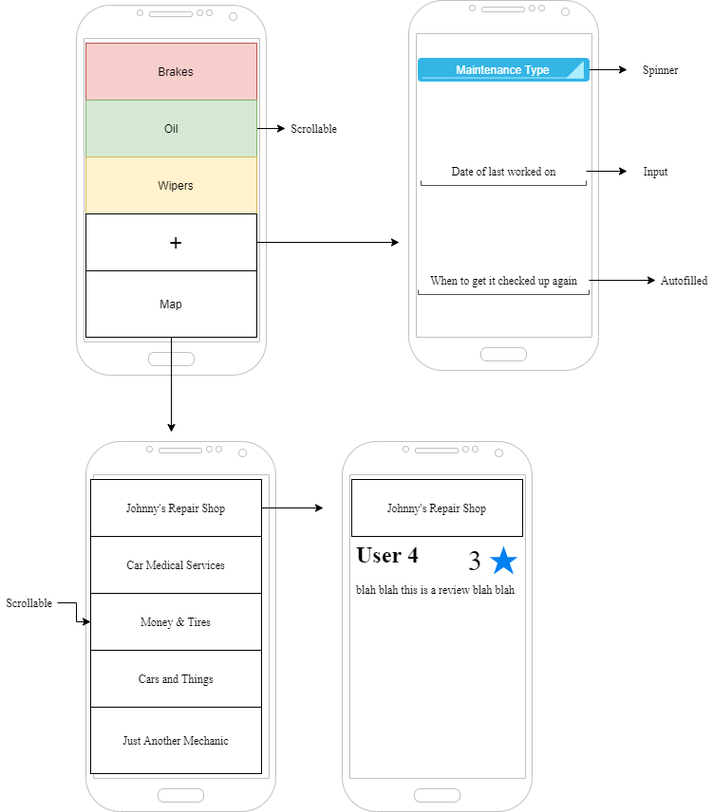
This is docs/img/maintenance-wireframe.png from apreston26/maintaince-checker, a draw.io export, as it was before one commit. Source tidied: cells renumbered, new cells last; positions are measured from the earlier drawing's top-left corner, leaving out a move shared by most shapes.
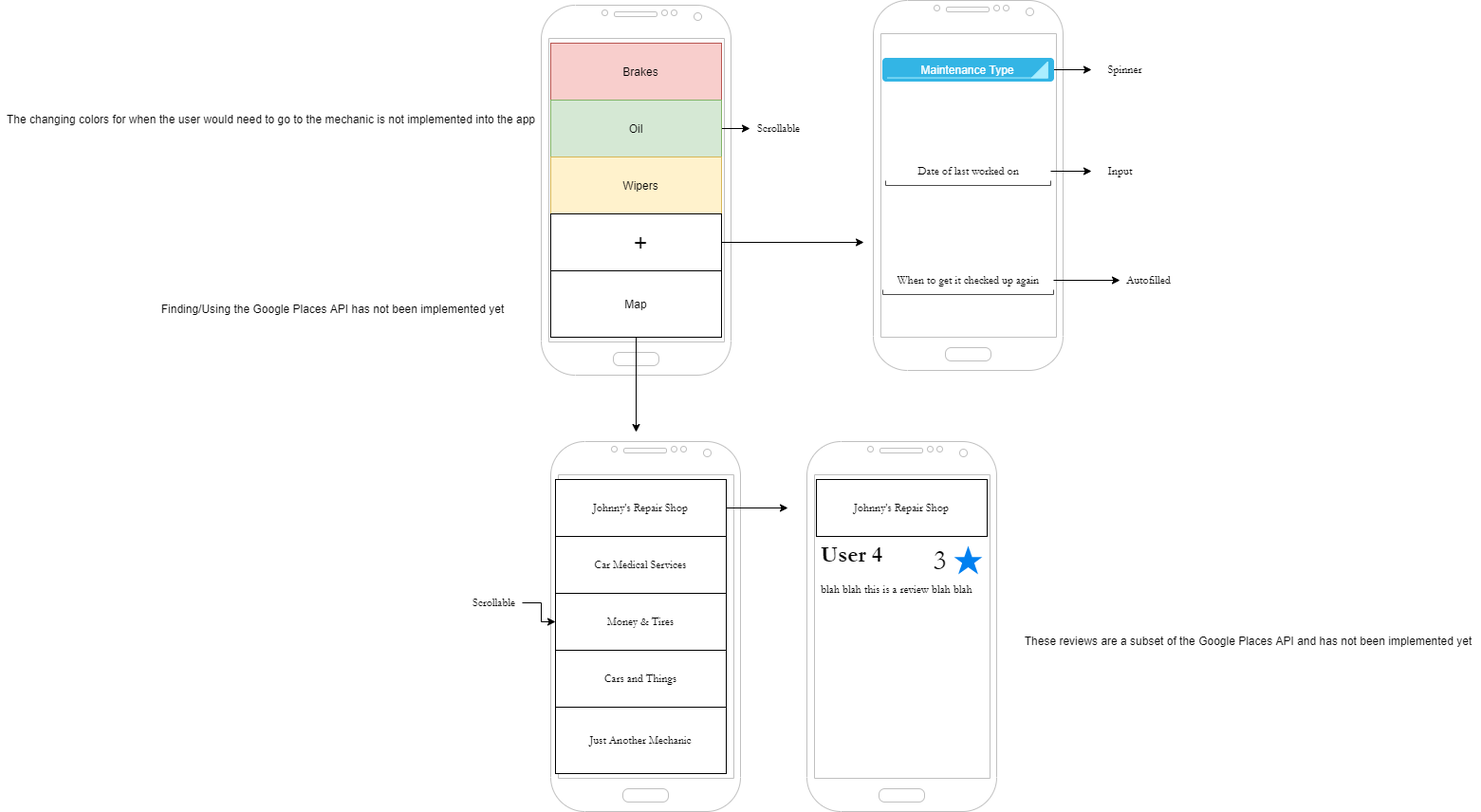
After the change.

Change to the diagram source:
```diff
@@ -137,5 +137,14 @@
     <mxCell id="41" value="&lt;font style=&quot;font-size: 30px&quot;&gt;3&lt;br&gt;&lt;/font&gt;" style="text;html=1;align=center;verticalAlign=middle;fontFamily=Garamond;" parent="1" vertex="1">
       <mxGeometry x="485" y="575" width="30" height="30" as="geometry" />
     </mxCell>
+    <mxCell id="42" value="The changing colors for when the user would need to go to the mechanic is not implemented into the app&lt;br&gt;" style="text;html=1;align=center;verticalAlign=middle;" parent="1" vertex="1">
+      <mxGeometry x="-490" y="115" width="570" height="20" as="geometry" />
+    </mxCell>
+    <mxCell id="43" value="Finding/Using the Google Places API has not been implemented yet" style="text;html=1;align=center;verticalAlign=middle;" parent="1" vertex="1">
+      <mxGeometry x="-330" y="315" width="380" height="20" as="geometry" />
+    </mxCell>
+    <mxCell id="44" value="These reviews are a subset of the Google Places API and has not been implemented yet" style="text;html=1;align=center;verticalAlign=middle;" parent="1" vertex="1">
+      <mxGeometry x="580" y="665" width="490" height="20" as="geometry" />
+    </mxCell>
   </root>
 </mxGraphModel>
```
